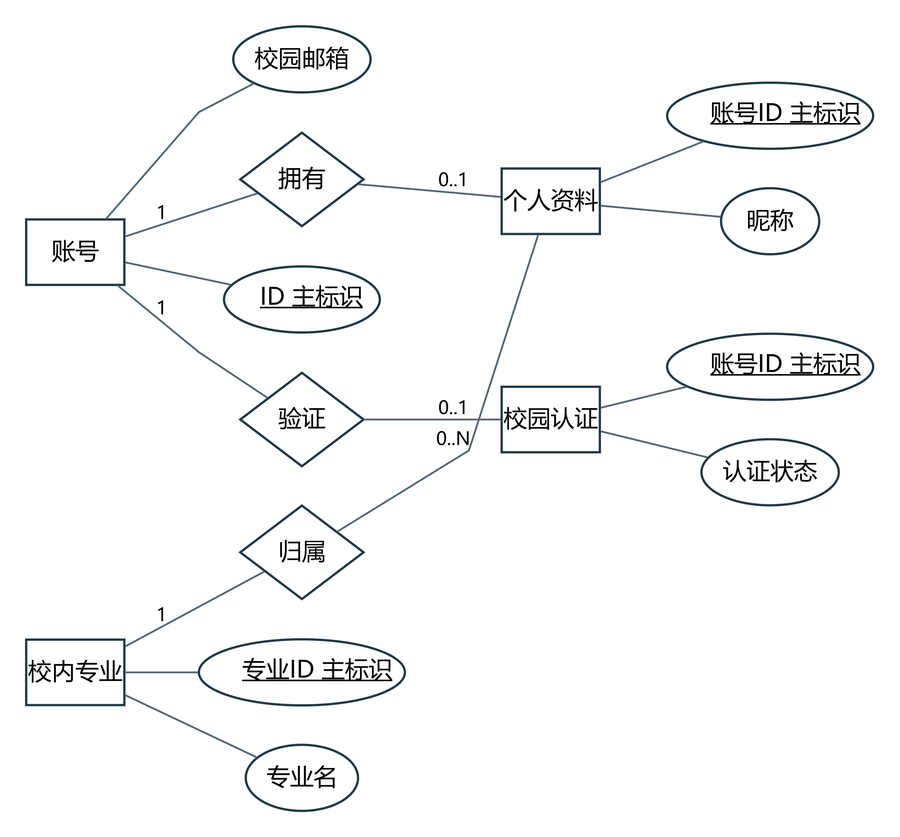
Above: docs/project/models/图表与模型/ER01.png in jason-bitc/HZCU-CampusHub (Graphviz), before the change. Its source is kept beside it as docs/project/models/图表与模型/ER01.dot.
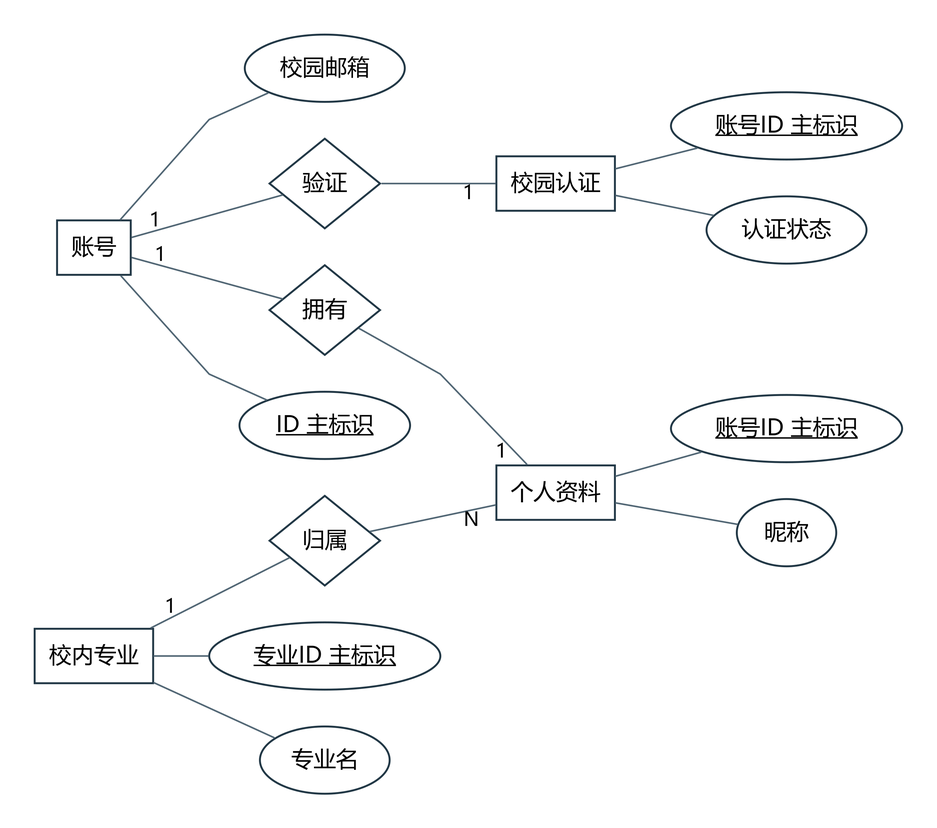
Above is the later version.

What changed in the source:
```diff
@@ -1,34 +1,34 @@
 digraph G {
-graph [rankdir=LR,nodesep=0.30,ranksep=0.48,bgcolor="white",splines=polyline,pad=0.20];
-node [fontname="Microsoft YaHei",fontsize=13,color="#223846",penwidth=1.25,margin="0.10,0.07",style="rounded,filled",fillcolor="#F6F8FA"];
-edge [fontname="Microsoft YaHei",fontsize=10,color="#526775",arrowsize=0.7];
-"Account" [shape=box,label="账号",style="filled",fillcolor="white"];
-"Profile" [shape=box,label="个人资料",style="filled",fillcolor="white"];
-"Certification" [shape=box,label="校园认证",style="filled",fillcolor="white"];
-"Major" [shape=box,label="校内专业",style="filled",fillcolor="white"];
-"Account_a0" [shape=ellipse,label=<<U>ID 主标识</U>>,style="filled",fillcolor="white"];
-"Account_a1" [shape=ellipse,label="校园邮箱",style="filled",fillcolor="white"];
-"Profile_a0" [shape=ellipse,label=<<U>账号ID 主标识</U>>,style="filled",fillcolor="white"];
-"Profile_a1" [shape=ellipse,label="昵称",style="filled",fillcolor="white"];
-"Certification_a0" [shape=ellipse,label=<<U>账号ID 主标识</U>>,style="filled",fillcolor="white"];
-"Certification_a1" [shape=ellipse,label="认证状态",style="filled",fillcolor="white"];
-"Major_a0" [shape=ellipse,label=<<U>专业ID 主标识</U>>,style="filled",fillcolor="white"];
-"Major_a1" [shape=ellipse,label="专业名",style="filled",fillcolor="white"];
-"rel0" [shape=diamond,label="拥有",style="filled",fillcolor="white"];
-"rel1" [shape=diamond,label="验证",style="filled",fillcolor="white"];
-"rel2" [shape=diamond,label="归属",style="filled",fillcolor="white"];
-"Account" -> "Account_a0" [label="",dir=none];
-"Account" -> "Account_a1" [label="",dir=none];
-"Profile" -> "Profile_a0" [label="",dir=none];
-"Profile" -> "Profile_a1" [label="",dir=none];
-"Certification" -> "Certification_a0" [label="",dir=none];
-"Certification" -> "Certification_a1" [label="",dir=none];
-"Major" -> "Major_a0" [label="",dir=none];
-"Major" -> "Major_a1" [label="",dir=none];
-"Account" -> "rel0" [label="1",dir=none];
-"rel0" -> "Profile" [label="0..1",dir=none];
-"Account" -> "rel1" [label="1",dir=none];
-"rel1" -> "Certification" [label="0..1",dir=none];
-"Major" -> "rel2" [label="1",dir=none];
-"rel2" -> "Profile" [label="0..N",dir=none];
+graph [rankdir=LR,nodesep=0.32,ranksep=0.48,bgcolor="white",splines=polyline,pad=0.30];
+node [fontname="Microsoft YaHei",fontsize=14,color="#223846",penwidth=1.2,margin="0.10,0.08",style="filled",fillcolor="white"];
+edge [fontname="Microsoft YaHei",fontsize=12,color="#526775",dir=none];
+"Account" [shape=box,label="账号",width=0.6389,height=0.4722];
+"Profile" [shape=box,label="个人资料",width=1.0278,height=0.4722];
+"Certification" [shape=box,label="校园认证",width=1.0278,height=0.4722];
+"Major" [shape=box,label="校内专业",width=1.0278,height=0.4722];
+"Account_a0" [shape=ellipse,label="ID 主标识",width=1.4794,height=0.5833];
+"Account_a1" [shape=ellipse,label="校园邮箱",width=1.3875,height=0.5833];
+"Profile_a0" [shape=ellipse,label="账号ID 主标识",width=2.0044,height=0.5833];
+"Profile_a1" [shape=ellipse,label="昵称",width=0.8625,height=0.5833];
+"Certification_a0" [shape=ellipse,label="账号ID 主标识",width=2.0044,height=0.5833];
+"Certification_a1" [shape=ellipse,label="认证状态",width=1.3875,height=0.5833];
+"Major_a0" [shape=ellipse,label="专业ID 主标识",width=2.0044,height=0.5833];
+"Major_a1" [shape=ellipse,label="专业名",width=1.1250,height=0.5833];
+"rel0" [shape=diamond,label="拥有",width=0.9583,height=0.7778];
+"rel1" [shape=diamond,label="验证",width=0.9583,height=0.7778];
+"rel2" [shape=diamond,label="归属",width=0.9583,height=0.7778];
+"Account" -> "Account_a0" [label="",labeldistance=1.8,labelangle=20,dir=none];
+"Account" -> "Account_a1" [label="",labeldistance=1.8,labelangle=20,dir=none];
+"Profile" -> "Profile_a0" [label="",labeldistance=1.8,labelangle=20,dir=none];
+"Profile" -> "Profile_a1" [label="",labeldistance=1.8,labelangle=20,dir=none];
+"Certification" -> "Certification_a0" [label="",labeldistance=1.8,labelangle=20,dir=none];
+"Certification" -> "Certification_a1" [label="",labeldistance=1.8,labelangle=20,dir=none];
+"Major" -> "Major_a0" [label="",labeldistance=1.8,labelangle=20,dir=none];
+"Major" -> "Major_a1" [label="",labeldistance=1.8,labelangle=20,dir=none];
+"Account" -> "rel0" [taillabel="1",labeldistance=1.8,labelangle=20,dir=none];
+"rel0" -> "Profile" [headlabel="1",labeldistance=1.8,labelangle=20,dir=none];
+"Account" -> "rel1" [taillabel="1",labeldistance=1.8,labelangle=20,dir=none];
+"rel1" -> "Certification" [headlabel="1",labeldistance=1.8,labelangle=20,dir=none];
+"Major" -> "rel2" [taillabel="1",labeldistance=1.8,labelangle=20,dir=none];
+"rel2" -> "Profile" [headlabel="N",labeldistance=1.8,labelangle=20,dir=none];
 }
```
